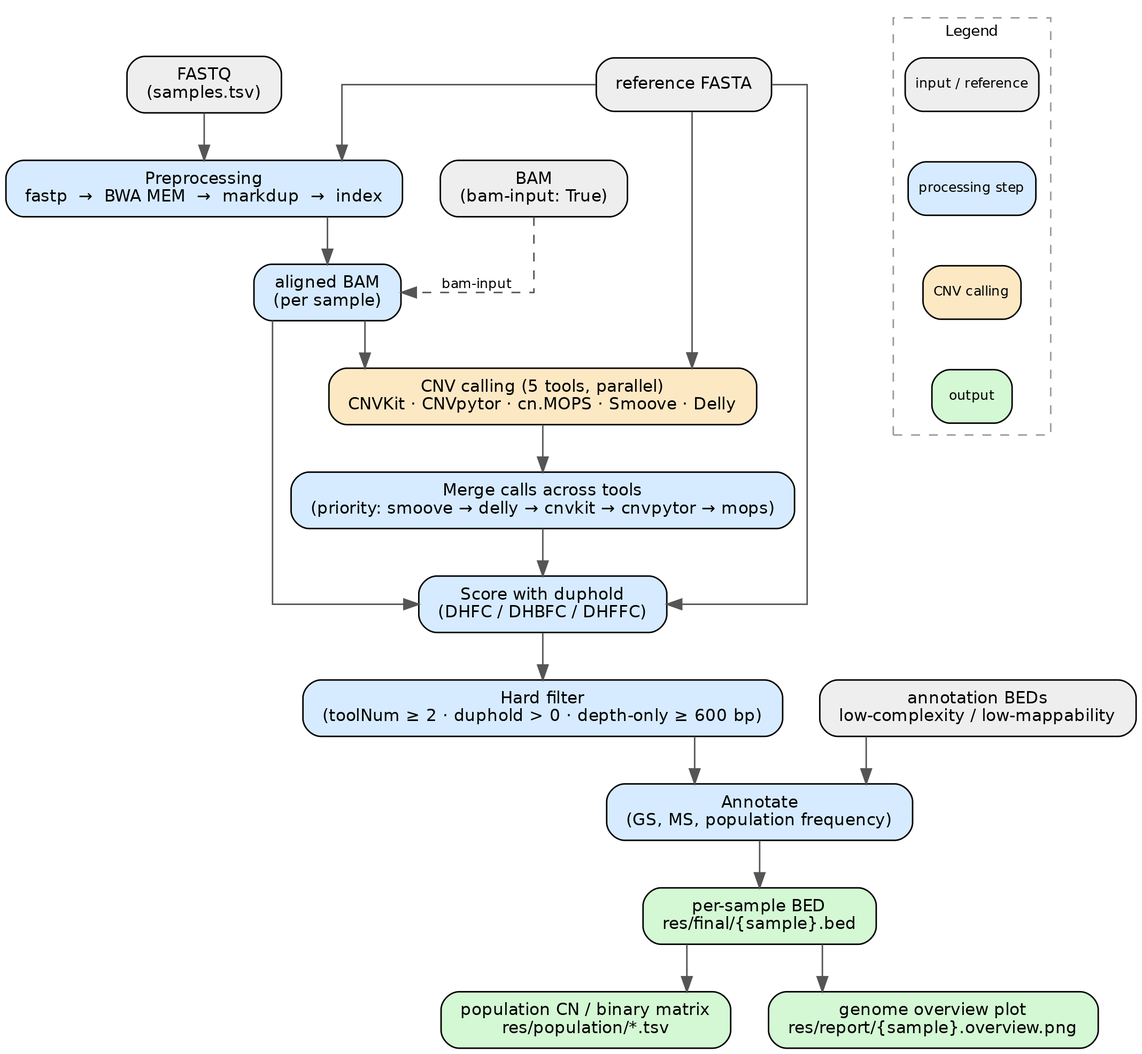
The Graphviz diagram pipeline.png in guosongjia/FissionCNV, before a commit. Its source is kept beside it as pipeline.dot.
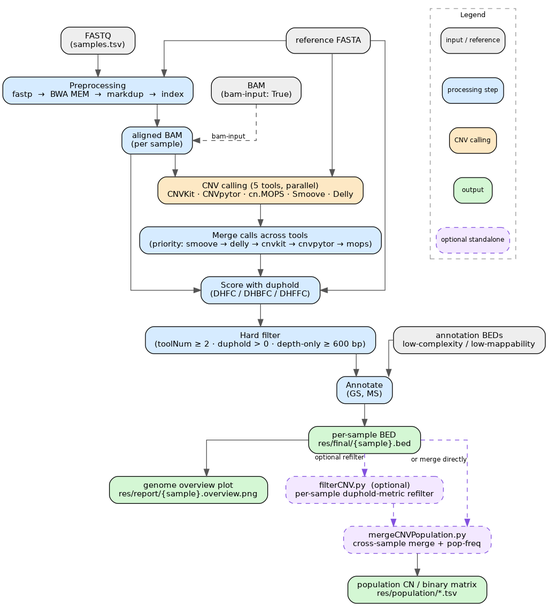
Later version of the same file.

Commit message:
Show standalone population merge as optional in pipeline diagrams

The edit, as a diff of the source:
```diff
@@ -20,11 +20,14 @@
     merge   [label="Merge calls across tools\n(priority: smoove → delly → cnvkit → cnvpytor → mops)", fillcolor="#d6ebff"];
     duphold [label="Score with duphold\n(DHFC / DHBFC / DHFFC)", fillcolor="#d6ebff"];
     filter  [label="Hard filter\n(toolNum ≥ 2 · duphold > 0 · depth-only ≥ 600 bp)", fillcolor="#d6ebff"];
-    annot   [label="Annotate\n(GS, MS, population frequency)", fillcolor="#d6ebff"];
+    annot   [label="Annotate\n(GS, MS)", fillcolor="#d6ebff"];
 
     final   [label="per-sample BED\nres/final/{sample}.bed", fillcolor="#d4f7d4"];
+    plot    [label="genome overview plot\nres/report/{sample}.overview.png", fillcolor="#d4f7d4"];
+
+    refilt  [label="filterCNV.py  (optional)\nper-sample duphold-metric refilter", fillcolor="#f3e8ff", style="rounded,filled,dashed", color="#8250df"];
+    popm    [label="mergeCNVPopulation.py\ncross-sample merge + pop-freq", fillcolor="#f3e8ff", style="rounded,filled,dashed", color="#8250df"];
     popmat  [label="population CN / binary matrix\nres/population/*.tsv", fillcolor="#d4f7d4"];
-    plot    [label="genome overview plot\nres/report/{sample}.overview.png", fillcolor="#d4f7d4"];
 
     fq    -> prep;
     prep  -> bam;
@@ -37,8 +40,11 @@
     ref   -> duphold;
     merge -> duphold -> filter -> annot -> final;
     anno  -> annot;
-    final -> popmat;
     final -> plot;
+    final -> refilt [style=dashed, color="#8250df", xlabel="optional refilter"];
+    final -> popm   [style=dashed, color="#8250df", xlabel="or merge directly"];
+    refilt -> popm  [style=dashed, color="#8250df"];
+    popm  -> popmat;
 
     subgraph cluster_legend {
         label="Legend";
@@ -51,6 +57,7 @@
         l_step  [label="processing step",   fillcolor="#d6ebff"];
         l_call  [label="CNV calling",       fillcolor="#fde8c4"];
         l_out   [label="output",            fillcolor="#d4f7d4"];
-        l_in -> l_step -> l_call -> l_out [style=invis];
+        l_opt   [label="optional standalone", fillcolor="#f3e8ff", style="rounded,filled,dashed", color="#8250df"];
+        l_in -> l_step -> l_call -> l_out -> l_opt [style=invis];
     }
 }
```
